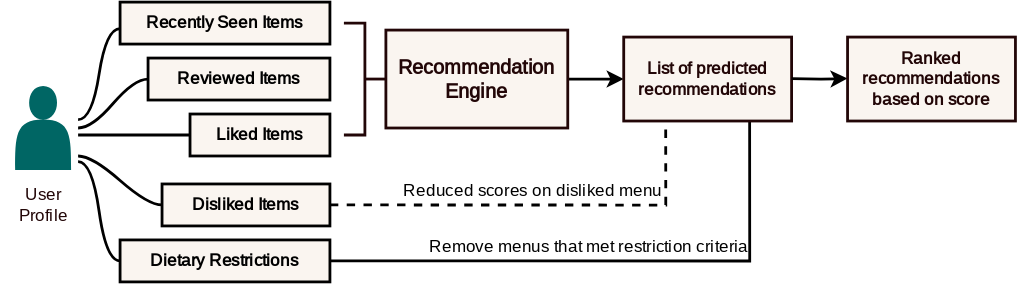
The draw.io diagram assets/kueater/algo_prediction.svg in KU-Eater/KUEater-SRS, before a commit. Source tidied: cells renumbered, new cells last; positions are measured from the earlier drawing's top-left corner, leaving out a move shared by most shapes.
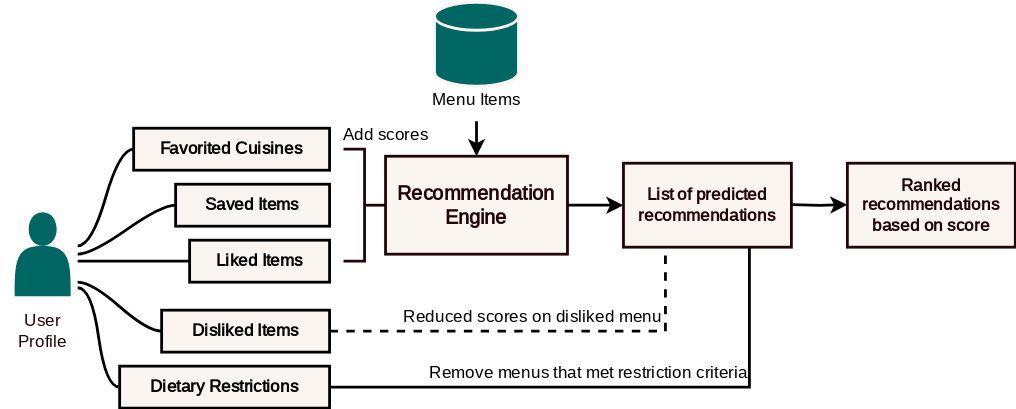
The same diagram one commit later.

What changed in the source:
```diff
@@ -2,89 +2,103 @@
   <root>
     <mxCell id="0" />
     <mxCell id="1" parent="0" />
-    <mxCell id="2" style="shape=actor;whiteSpace=wrap;html=1;strokeColor=none;fillColor=#006664;" parent="1" vertex="1">
-      <mxGeometry x="10" y="60" width="40" height="60" as="geometry" />
+    <mxCell id="2" style="group;" parent="1" vertex="1">
+      <mxGeometry x="10" y="60" width="725" height="290" as="geometry" />
     </mxCell>
-    <mxCell id="3" value="&lt;span&gt;Recently Seen Items&lt;/span&gt;" style="whiteSpace=wrap;html=1;rounded=0;arcSize=50;align=center;verticalAlign=middle;strokeWidth=2;spacing=4;newEdgeStyle={&quot;edgeStyle&quot;:&quot;entityRelationEdgeStyle&quot;,&quot;startArrow&quot;:&quot;none&quot;,&quot;endArrow&quot;:&quot;none&quot;,&quot;segment&quot;:10,&quot;curved&quot;:1,&quot;sourcePerimeterSpacing&quot;:0,&quot;targetPerimeterSpacing&quot;:0};fillColor=#FAF5F0;fontFamily=Sarabun;fontSource=https%3A%2F%2Ffonts.googleapis.com%2Fcss%3Ffamily%3DSarabun;fontStyle=1;" parent="1" vertex="1">
-      <mxGeometry x="85" width="150" height="30" as="geometry" />
+    <mxCell id="3" style="shape=actor;whiteSpace=wrap;html=1;strokeColor=none;fillColor=#006664;" parent="2" vertex="1">
+      <mxGeometry x="10" y="150" width="40" height="60" as="geometry" />
     </mxCell>
-    <mxCell id="4" style="edgeStyle=entityRelationEdgeStyle;startArrow=none;endArrow=none;segment=10;curved=1;sourcePerimeterSpacing=0;targetPerimeterSpacing=0;rounded=0;strokeWidth=2;" parent="1" edge="1">
-      <mxGeometry relative="1" as="geometry">
-        <mxPoint x="55" y="84" as="sourcePoint" />
-        <mxPoint x="85" y="19" as="targetPoint" />
-      </mxGeometry>
+    <mxCell id="4" value="&lt;span&gt;Favorited Cuisines&lt;/span&gt;" style="whiteSpace=wrap;html=1;rounded=0;arcSize=50;align=center;verticalAlign=middle;strokeWidth=2;spacing=4;newEdgeStyle={&quot;edgeStyle&quot;:&quot;entityRelationEdgeStyle&quot;,&quot;startArrow&quot;:&quot;none&quot;,&quot;endArrow&quot;:&quot;none&quot;,&quot;segment&quot;:10,&quot;curved&quot;:1,&quot;sourcePerimeterSpacing&quot;:0,&quot;targetPerimeterSpacing&quot;:0};fillColor=#FAF5F0;fontFamily=Sarabun;fontSource=https%3A%2F%2Ffonts.googleapis.com%2Fcss%3Ffamily%3DSarabun;fontStyle=1;" parent="2" vertex="1">
+      <mxGeometry x="95" y="90" width="140" height="30" as="geometry" />
     </mxCell>
-    <mxCell id="5" value="&lt;span&gt;Reviewed Items&lt;/span&gt;" style="whiteSpace=wrap;html=1;rounded=0;arcSize=50;align=center;verticalAlign=middle;strokeWidth=2;spacing=4;newEdgeStyle={&quot;edgeStyle&quot;:&quot;entityRelationEdgeStyle&quot;,&quot;startArrow&quot;:&quot;none&quot;,&quot;endArrow&quot;:&quot;none&quot;,&quot;segment&quot;:10,&quot;curved&quot;:1,&quot;sourcePerimeterSpacing&quot;:0,&quot;targetPerimeterSpacing&quot;:0};fillColor=#FAF5F0;fontFamily=Sarabun;fontSource=https%3A%2F%2Ffonts.googleapis.com%2Fcss%3Ffamily%3DSarabun;fontStyle=1;" parent="1" vertex="1">
-      <mxGeometry x="105" y="40" width="130" height="30" as="geometry" />
+    <mxCell id="5" style="edgeStyle=entityRelationEdgeStyle;startArrow=none;endArrow=none;segment=10;curved=1;sourcePerimeterSpacing=0;targetPerimeterSpacing=0;rounded=0;strokeWidth=2;entryX=0;entryY=0.5;entryDx=0;entryDy=0;" parent="2" edge="1" target="4">
+      <mxGeometry relative="1" as="geometry">
+        <mxPoint x="55" y="174" as="sourcePoint" />
+      </mxGeometry>
     </mxCell>
-    <mxCell id="6" style="edgeStyle=entityRelationEdgeStyle;startArrow=none;endArrow=none;segment=10;curved=1;sourcePerimeterSpacing=0;targetPerimeterSpacing=0;rounded=0;strokeWidth=2;" parent="1" edge="1" target="5">
-      <mxGeometry relative="1" as="geometry">
-        <mxPoint x="55" y="90" as="sourcePoint" />
-      </mxGeometry>
+    <mxCell id="6" value="&lt;span&gt;Saved Items&lt;/span&gt;" style="whiteSpace=wrap;html=1;rounded=0;arcSize=50;align=center;verticalAlign=middle;strokeWidth=2;spacing=4;newEdgeStyle={&quot;edgeStyle&quot;:&quot;entityRelationEdgeStyle&quot;,&quot;startArrow&quot;:&quot;none&quot;,&quot;endArrow&quot;:&quot;none&quot;,&quot;segment&quot;:10,&quot;curved&quot;:1,&quot;sourcePerimeterSpacing&quot;:0,&quot;targetPerimeterSpacing&quot;:0};fillColor=#FAF5F0;fontFamily=Sarabun;fontSource=https%3A%2F%2Ffonts.googleapis.com%2Fcss%3Ffamily%3DSarabun;fontStyle=1;" parent="2" vertex="1">
+      <mxGeometry x="125" y="130" width="110" height="30" as="geometry" />
     </mxCell>
-    <mxCell id="7" value="&lt;span&gt;Liked Items&lt;/span&gt;" style="whiteSpace=wrap;html=1;rounded=0;arcSize=50;align=center;verticalAlign=middle;strokeWidth=2;spacing=4;newEdgeStyle={&quot;edgeStyle&quot;:&quot;entityRelationEdgeStyle&quot;,&quot;startArrow&quot;:&quot;none&quot;,&quot;endArrow&quot;:&quot;none&quot;,&quot;segment&quot;:10,&quot;curved&quot;:1,&quot;sourcePerimeterSpacing&quot;:0,&quot;targetPerimeterSpacing&quot;:0};fillColor=#FAF5F0;fontFamily=Sarabun;fontSource=https%3A%2F%2Ffonts.googleapis.com%2Fcss%3Ffamily%3DSarabun;fontStyle=1;" parent="1" vertex="1">
-      <mxGeometry x="135" y="80" width="100" height="30" as="geometry" />
+    <mxCell id="7" style="edgeStyle=entityRelationEdgeStyle;startArrow=none;endArrow=none;segment=10;curved=1;sourcePerimeterSpacing=0;targetPerimeterSpacing=0;rounded=0;strokeWidth=2;" parent="2" edge="1" target="6">
+      <mxGeometry relative="1" as="geometry">
+        <mxPoint x="55" y="180" as="sourcePoint" />
+      </mxGeometry>
     </mxCell>
-    <mxCell id="8" style="edgeStyle=entityRelationEdgeStyle;startArrow=none;endArrow=none;segment=10;curved=1;sourcePerimeterSpacing=0;targetPerimeterSpacing=0;rounded=0;strokeWidth=2;" parent="1" edge="1" target="7">
-      <mxGeometry relative="1" as="geometry">
-        <mxPoint x="55" y="95" as="sourcePoint" />
-      </mxGeometry>
+    <mxCell id="8" value="&lt;span&gt;Liked Items&lt;/span&gt;" style="whiteSpace=wrap;html=1;rounded=0;arcSize=50;align=center;verticalAlign=middle;strokeWidth=2;spacing=4;newEdgeStyle={&quot;edgeStyle&quot;:&quot;entityRelationEdgeStyle&quot;,&quot;startArrow&quot;:&quot;none&quot;,&quot;endArrow&quot;:&quot;none&quot;,&quot;segment&quot;:10,&quot;curved&quot;:1,&quot;sourcePerimeterSpacing&quot;:0,&quot;targetPerimeterSpacing&quot;:0};fillColor=#FAF5F0;fontFamily=Sarabun;fontSource=https%3A%2F%2Ffonts.googleapis.com%2Fcss%3Ffamily%3DSarabun;fontStyle=1;" parent="2" vertex="1">
+      <mxGeometry x="135" y="170" width="100" height="30" as="geometry" />
     </mxCell>
-    <mxCell id="9" style="edgeStyle=orthogonalEdgeStyle;rounded=0;jettySize=auto;html=1;startArrow=none;endArrow=none;segment=10;sourcePerimeterSpacing=0;targetPerimeterSpacing=0;exitX=1;exitY=0.5;exitDx=0;exitDy=0;entryX=0.75;entryY=1;entryDx=0;entryDy=0;strokeWidth=2;" parent="1" edge="1" source="10" target="19">
-      <mxGeometry relative="1" as="geometry" />
+    <mxCell id="9" style="edgeStyle=entityRelationEdgeStyle;startArrow=none;endArrow=none;segment=10;curved=1;sourcePerimeterSpacing=0;targetPerimeterSpacing=0;rounded=0;strokeWidth=2;" parent="2" edge="1" target="8">
+      <mxGeometry relative="1" as="geometry">
+        <mxPoint x="55" y="185" as="sourcePoint" />
+      </mxGeometry>
     </mxCell>
-    <mxCell id="10" value="&lt;span&gt;Dietary Restrictions&lt;/span&gt;" style="whiteSpace=wrap;html=1;rounded=0;arcSize=50;align=center;verticalAlign=middle;strokeWidth=2;spacing=4;newEdgeStyle={&quot;edgeStyle&quot;:&quot;entityRelationEdgeStyle&quot;,&quot;startArrow&quot;:&quot;none&quot;,&quot;endArrow&quot;:&quot;none&quot;,&quot;segment&quot;:10,&quot;curved&quot;:1,&quot;sourcePerimeterSpacing&quot;:0,&quot;targetPerimeterSpacing&quot;:0};fillColor=#FAF5F0;fontFamily=Sarabun;fontSource=https%3A%2F%2Ffonts.googleapis.com%2Fcss%3Ffamily%3DSarabun;fontStyle=1;" parent="1" vertex="1">
-      <mxGeometry x="85" y="170" width="150" height="30" as="geometry" />
+    <mxCell id="10" style="edgeStyle=orthogonalEdgeStyle;rounded=0;jettySize=auto;html=1;startArrow=none;endArrow=none;segment=10;sourcePerimeterSpacing=0;targetPerimeterSpacing=0;exitX=1;exitY=0.5;exitDx=0;exitDy=0;entryX=0.75;entryY=1;entryDx=0;entryDy=0;strokeWidth=2;" parent="2" edge="1" source="11" target="20">
+      <mxGeometry relative="1" as="geometry" />
     </mxCell>
-    <mxCell id="11" style="edgeStyle=entityRelationEdgeStyle;startArrow=none;endArrow=none;segment=10;curved=1;sourcePerimeterSpacing=0;targetPerimeterSpacing=0;rounded=0;strokeWidth=2;" parent="1" edge="1" target="10">
-      <mxGeometry relative="1" as="geometry">
-        <mxPoint x="55" y="114" as="sourcePoint" />
-      </mxGeometry>
+    <mxCell id="11" value="&lt;span&gt;Dietary Restrictions&lt;/span&gt;" style="whiteSpace=wrap;html=1;rounded=0;arcSize=50;align=center;verticalAlign=middle;strokeWidth=2;spacing=4;newEdgeStyle={&quot;edgeStyle&quot;:&quot;entityRelationEdgeStyle&quot;,&quot;startArrow&quot;:&quot;none&quot;,&quot;endArrow&quot;:&quot;none&quot;,&quot;segment&quot;:10,&quot;curved&quot;:1,&quot;sourcePerimeterSpacing&quot;:0,&quot;targetPerimeterSpacing&quot;:0};fillColor=#FAF5F0;fontFamily=Sarabun;fontSource=https%3A%2F%2Ffonts.googleapis.com%2Fcss%3Ffamily%3DSarabun;fontStyle=1;" parent="2" vertex="1">
+      <mxGeometry x="85" y="260" width="150" height="30" as="geometry" />
     </mxCell>
-    <mxCell id="12" style="edgeStyle=orthogonalEdgeStyle;rounded=0;jettySize=auto;html=1;startArrow=none;endArrow=none;segment=10;sourcePerimeterSpacing=0;targetPerimeterSpacing=0;exitX=1;exitY=0.5;exitDx=0;exitDy=0;entryX=0.25;entryY=1;entryDx=0;entryDy=0;strokeWidth=2;dashed=1;" parent="1" edge="1" source="13" target="19">
+    <mxCell id="12" style="edgeStyle=entityRelationEdgeStyle;startArrow=none;endArrow=none;segment=10;curved=1;sourcePerimeterSpacing=0;targetPerimeterSpacing=0;rounded=0;strokeWidth=2;" parent="2" edge="1" target="11">
       <mxGeometry relative="1" as="geometry">
-        <Array as="points">
-          <mxPoint x="475" y="145" />
-        </Array>
+        <mxPoint x="55" y="204" as="sourcePoint" />
       </mxGeometry>
     </mxCell>
-    <mxCell id="13" value="&lt;span&gt;Disliked Items&lt;/span&gt;" style="whiteSpace=wrap;html=1;rounded=0;arcSize=50;align=center;verticalAlign=middle;strokeWidth=2;spacing=4;newEdgeStyle={&quot;edgeStyle&quot;:&quot;entityRelationEdgeStyle&quot;,&quot;startArrow&quot;:&quot;none&quot;,&quot;endArrow&quot;:&quot;none&quot;,&quot;segment&quot;:10,&quot;curved&quot;:1,&quot;sourcePerimeterSpacing&quot;:0,&quot;targetPerimeterSpacing&quot;:0};fillColor=#FAF5F0;fontFamily=Sarabun;fontSource=https%3A%2F%2Ffonts.googleapis.com%2Fcss%3Ffamily%3DSarabun;fontStyle=1;" parent="1" vertex="1">
-      <mxGeometry x="115" y="130" width="120" height="30" as="geometry" />
+    <mxCell id="13" style="edgeStyle=orthogonalEdgeStyle;rounded=0;jettySize=auto;html=1;startArrow=none;endArrow=none;segment=10;sourcePerimeterSpacing=0;targetPerimeterSpacing=0;exitX=1;exitY=0.5;exitDx=0;exitDy=0;entryX=0.25;entryY=1;entryDx=0;entryDy=0;strokeWidth=2;dashed=1;" parent="2" edge="1" source="14" target="20">
+      <mxGeometry relative="1" as="geometry">
+        <Array as="points">
+          <mxPoint x="475" y="235" />
+        </Array>
+      </mxGeometry>
     </mxCell>
-    <mxCell id="14" style="edgeStyle=entityRelationEdgeStyle;startArrow=none;endArrow=none;segment=10;curved=1;sourcePerimeterSpacing=0;targetPerimeterSpacing=0;rounded=0;strokeWidth=2;" parent="1" edge="1" target="13">
-      <mxGeometry relative="1" as="geometry">
-        <mxPoint x="55" y="110" as="sourcePoint" />
-      </mxGeometry>
+    <mxCell id="14" value="&lt;span&gt;Disliked Items&lt;/span&gt;" style="whiteSpace=wrap;html=1;rounded=0;arcSize=50;align=center;verticalAlign=middle;strokeWidth=2;spacing=4;newEdgeStyle={&quot;edgeStyle&quot;:&quot;entityRelationEdgeStyle&quot;,&quot;startArrow&quot;:&quot;none&quot;,&quot;endArrow&quot;:&quot;none&quot;,&quot;segment&quot;:10,&quot;curved&quot;:1,&quot;sourcePerimeterSpacing&quot;:0,&quot;targetPerimeterSpacing&quot;:0};fillColor=#FAF5F0;fontFamily=Sarabun;fontSource=https%3A%2F%2Ffonts.googleapis.com%2Fcss%3Ffamily%3DSarabun;fontStyle=1;" parent="2" vertex="1">
+      <mxGeometry x="115" y="220" width="120" height="30" as="geometry" />
     </mxCell>
-    <mxCell id="15" value="User&lt;div&gt;Profile&lt;/div&gt;" style="text;html=1;align=center;verticalAlign=middle;strokeColor=none;fillColor=none;fontFamily=Sarabun;fontSource=https%3A%2F%2Ffonts.googleapis.com%2Fcss%3Ffamily%3DSarabun;fontSize=12;fontColor=#220607;labelBackgroundColor=none;" parent="1" vertex="1">
-      <mxGeometry y="125" width="60" height="40" as="geometry" />
+    <mxCell id="15" style="edgeStyle=entityRelationEdgeStyle;startArrow=none;endArrow=none;segment=10;curved=1;sourcePerimeterSpacing=0;targetPerimeterSpacing=0;rounded=0;strokeWidth=2;" parent="2" edge="1" target="14">
+      <mxGeometry relative="1" as="geometry">
+        <mxPoint x="55" y="200" as="sourcePoint" />
+      </mxGeometry>
     </mxCell>
-    <mxCell id="16" style="strokeWidth=2;html=1;shape=mxgraph.flowchart.annotation_2;align=left;labelPosition=right;rounded=0;strokeColor=#220607;verticalAlign=middle;fontFamily=Sarabun;fontSource=https%3A%2F%2Ffonts.googleapis.com%2Fcss%3Ffamily%3DSarabun;fontSize=12;fontColor=#220607;labelBackgroundColor=none;fillColor=#FAF5F0;flipH=1;" parent="1" vertex="1">
-      <mxGeometry x="245" y="15" width="30" height="80" as="geometry" />
+    <mxCell id="16" value="User&lt;div&gt;Profile&lt;/div&gt;" style="text;html=1;align=center;verticalAlign=middle;strokeColor=none;fillColor=none;fontFamily=Sarabun;fontSource=https%3A%2F%2Ffonts.googleapis.com%2Fcss%3Ffamily%3DSarabun;fontSize=12;fontColor=#220607;labelBackgroundColor=none;" parent="2" vertex="1">
+      <mxGeometry y="215" width="60" height="40" as="geometry" />
     </mxCell>
-    <mxCell id="17" style="edgeStyle=orthogonalEdgeStyle;rounded=0;jettySize=auto;html=1;entryX=0;entryY=0.5;entryDx=0;entryDy=0;strokeWidth=2;" parent="1" edge="1" source="18" target="19">
-      <mxGeometry relative="1" as="geometry" />
+    <mxCell id="17" style="strokeWidth=2;html=1;shape=mxgraph.flowchart.annotation_2;align=left;labelPosition=right;rounded=0;strokeColor=#220607;verticalAlign=middle;fontFamily=Sarabun;fontSource=https%3A%2F%2Ffonts.googleapis.com%2Fcss%3Ffamily%3DSarabun;fontSize=12;fontColor=#220607;labelBackgroundColor=none;fillColor=#FAF5F0;flipH=1;" parent="2" vertex="1">
+      <mxGeometry x="245" y="105" width="30" height="80" as="geometry" />
     </mxCell>
-    <mxCell id="18" value="Recommendation&lt;div style=&quot;font-size: 14px;&quot;&gt;Engine&lt;/div&gt;" style="rounded=0;whiteSpace=wrap;html=1;fontFamily=Sarabun;fontSource=https%3A%2F%2Ffonts.googleapis.com%2Fcss%3Ffamily%3DSarabun;labelBackgroundColor=none;fillColor=#FAF5F0;strokeColor=#220607;fontColor=#220607;strokeWidth=2;fontStyle=1;fontSize=14;" parent="1" vertex="1">
-      <mxGeometry x="275" y="20" width="130" height="70" as="geometry" />
+    <mxCell id="18" style="edgeStyle=orthogonalEdgeStyle;rounded=0;jettySize=auto;html=1;entryX=0;entryY=0.5;entryDx=0;entryDy=0;strokeWidth=2;" parent="2" edge="1" source="19" target="20">
+      <mxGeometry relative="1" as="geometry" />
     </mxCell>
-    <mxCell id="19" value="List of predicted recommendations" style="rounded=0;whiteSpace=wrap;html=1;fontFamily=Sarabun;fontSource=https%3A%2F%2Ffonts.googleapis.com%2Fcss%3Ffamily%3DSarabun;labelBackgroundColor=none;fillColor=#FAF5F0;strokeColor=#220607;fontColor=#220607;strokeWidth=2;fontStyle=1;" parent="1" vertex="1">
-      <mxGeometry x="445" y="25" width="120" height="60" as="geometry" />
+    <mxCell id="19" value="Recommendation&lt;div style=&quot;font-size: 14px;&quot;&gt;Engine&lt;/div&gt;" style="rounded=0;whiteSpace=wrap;html=1;fontFamily=Sarabun;fontSource=https%3A%2F%2Ffonts.googleapis.com%2Fcss%3Ffamily%3DSarabun;labelBackgroundColor=none;fillColor=#FAF5F0;strokeColor=#220607;fontColor=#220607;strokeWidth=2;fontStyle=1;fontSize=14;" parent="2" vertex="1">
+      <mxGeometry x="275" y="110" width="130" height="70" as="geometry" />
     </mxCell>
-    <mxCell id="20" value="Reduced scores on disliked menu" style="text;html=1;align=center;verticalAlign=middle;points=[];strokeColor=none;fillColor=none;fontFamily=Sarabun;fontSource=https%3A%2F%2Ffonts.googleapis.com%2Fcss%3Ffamily%3DSarabun;" parent="1" vertex="1">
-      <mxGeometry x="285" y="120" width="190" height="30" as="geometry" />
+    <mxCell id="20" value="List of predicted recommendations" style="rounded=0;whiteSpace=wrap;html=1;fontFamily=Sarabun;fontSource=https%3A%2F%2Ffonts.googleapis.com%2Fcss%3Ffamily%3DSarabun;labelBackgroundColor=none;fillColor=#FAF5F0;strokeColor=#220607;fontColor=#220607;strokeWidth=2;fontStyle=1;" parent="2" vertex="1">
+      <mxGeometry x="445" y="115" width="120" height="60" as="geometry" />
     </mxCell>
-    <mxCell id="21" value="Remove menus that met restriction criteria" style="text;html=1;align=center;verticalAlign=middle;strokeColor=none;fillColor=none;fontFamily=Sarabun;fontSource=https%3A%2F%2Ffonts.googleapis.com%2Fcss%3Ffamily%3DSarabun;" parent="1" vertex="1">
-      <mxGeometry x="295" y="160" width="250" height="30" as="geometry" />
+    <mxCell id="21" value="Reduced scores on disliked menu" style="text;html=1;align=center;verticalAlign=middle;strokeColor=none;fillColor=none;fontFamily=Sarabun;fontSource=https%3A%2F%2Ffonts.googleapis.com%2Fcss%3Ffamily%3DSarabun;" parent="2" vertex="1">
+      <mxGeometry x="285" y="210" width="190" height="30" as="geometry" />
     </mxCell>
-    <mxCell id="22" style="edgeStyle=orthogonalEdgeStyle;rounded=0;orthogonalLoop=1;jettySize=auto;html=1;entryX=0;entryY=0.5;entryDx=0;entryDy=0;strokeWidth=2;" parent="1" edge="1">
-      <mxGeometry relative="1" as="geometry">
-        <mxPoint x="565" y="54.6" as="sourcePoint" />
-        <mxPoint x="605" y="54.6" as="targetPoint" />
-      </mxGeometry>
+    <mxCell id="22" value="Remove menus that met restriction criteria" style="text;html=1;align=center;verticalAlign=middle;strokeColor=none;fillColor=none;fontFamily=Sarabun;fontSource=https%3A%2F%2Ffonts.googleapis.com%2Fcss%3Ffamily%3DSarabun;" parent="2" vertex="1">
+      <mxGeometry x="295" y="250" width="250" height="30" as="geometry" />
     </mxCell>
-    <mxCell id="23" value="Ranked recommendations based on score" style="rounded=0;whiteSpace=wrap;html=1;fontFamily=Sarabun;fontSource=https%3A%2F%2Ffonts.googleapis.com%2Fcss%3Ffamily%3DSarabun;labelBackgroundColor=none;fillColor=#FAF5F0;strokeColor=#220607;fontColor=#220607;strokeWidth=2;fontStyle=1;" parent="1" vertex="1">
-      <mxGeometry x="605" y="25" width="120" height="60" as="geometry" />
+    <mxCell id="23" style="edgeStyle=orthogonalEdgeStyle;rounded=0;orthogonalLoop=1;jettySize=auto;html=1;entryX=0;entryY=0.5;entryDx=0;entryDy=0;strokeWidth=2;" parent="2" edge="1">
+      <mxGeometry relative="1" as="geometry">
+        <mxPoint x="565" y="144.6" as="sourcePoint" />
+        <mxPoint x="605" y="144.6" as="targetPoint" />
+      </mxGeometry>
     </mxCell>
+    <mxCell id="24" value="Ranked recommendations based on score" style="rounded=0;whiteSpace=wrap;html=1;fontFamily=Sarabun;fontSource=https%3A%2F%2Ffonts.googleapis.com%2Fcss%3Ffamily%3DSarabun;labelBackgroundColor=none;fillColor=#FAF5F0;strokeColor=#220607;fontColor=#220607;strokeWidth=2;fontStyle=1;" parent="2" vertex="1">
+      <mxGeometry x="605" y="115" width="120" height="60" as="geometry" />
+    </mxCell>
+    <mxCell id="25" style="strokeWidth=2;html=1;shape=mxgraph.flowchart.database;whiteSpace=wrap;rounded=0;strokeColor=#FAF5F0;align=center;verticalAlign=middle;fontFamily=Sarabun;fontSource=https%3A%2F%2Ffonts.googleapis.com%2Fcss%3Ffamily%3DSarabun;fontSize=12;fontColor=#220607;labelBackgroundColor=none;fillColor=#006664;" parent="2" vertex="1">
+      <mxGeometry x="310" width="60" height="60" as="geometry" />
+    </mxCell>
+    <mxCell id="26" value="Add scores" style="text;html=1;align=center;verticalAlign=middle;strokeColor=none;fillColor=none;fontFamily=Sarabun;fontSource=https%3A%2F%2Ffonts.googleapis.com%2Fcss%3Ffamily%3DSarabun;" parent="2" vertex="1">
+      <mxGeometry x="235" y="80" width="80" height="30" as="geometry" />
+    </mxCell>
+    <mxCell id="27" style="edgeStyle=orthogonalEdgeStyle;rounded=0;jettySize=auto;html=1;entryX=0.5;entryY=0;entryDx=0;entryDy=0;strokeWidth=2;" parent="2" edge="1" source="28" target="19">
+      <mxGeometry relative="1" as="geometry" />
+    </mxCell>
+    <mxCell id="28" value="Menu Items" style="text;html=1;align=center;verticalAlign=middle;points=[];strokeColor=none;fillColor=none;fontFamily=Sarabun;fontSource=https%3A%2F%2Ffonts.googleapis.com%2Fcss%3Ffamily%3DSarabun;" parent="2" vertex="1">
+      <mxGeometry x="300" y="55" width="80" height="30" as="geometry" />
+    </mxCell>
   </root>
 </mxGraphModel>
```
